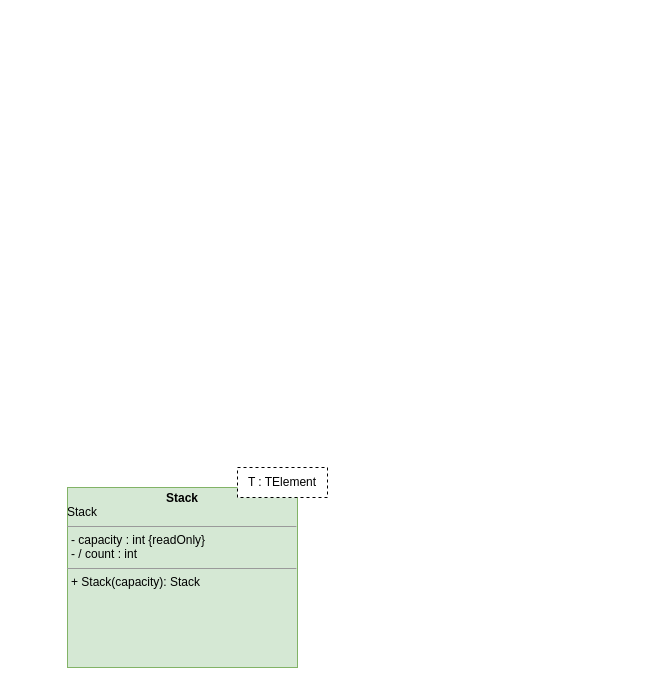
Above: page "Seite-1" (1 of 2) of swt_h04/h04_A5.drawio in cortex359/matse-aachen.ws23 (draw.io), before the change. Source tidied: cells renumbered, new cells numbered last; positions are measured from the earlier drawing's top-left corner, leaving out a move shared by most shapes. Both pictures are drawn from the tidied source at 100%, with x=0, y=0 at pixel (67, 467).
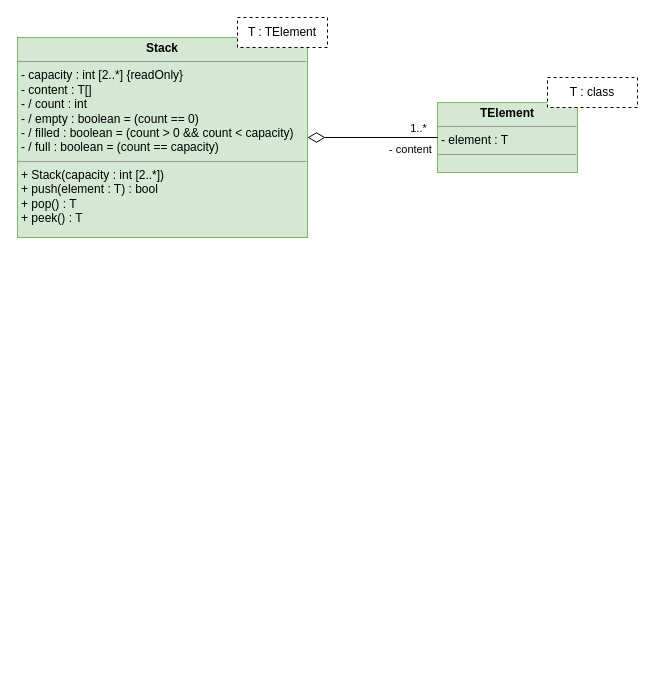
The same diagram, later.

Diff of the diagram source:
```diff
@@
 <mxGraphModel>
   <root>
     <mxCell id="0" />
     <mxCell id="1" parent="0" />
-    <mxCell id="2" value="&lt;p style=&quot;margin:0px;margin-top:4px;text-align:center;&quot;&gt;&lt;b&gt;Stack&lt;/b&gt;&lt;/p&gt;Stack&lt;hr size=&quot;1&quot;&gt;&lt;p style=&quot;margin:0px;margin-left:4px;&quot;&gt;- capacity : int {readOnly}&lt;/p&gt;&lt;p style=&quot;margin:0px;margin-left:4px;&quot;&gt;- / count : int&lt;/p&gt;&lt;hr size=&quot;1&quot;&gt;&lt;p style=&quot;margin:0px;margin-left:4px;&quot;&gt;+ Stack(capacity): Stack&lt;/p&gt;" style="verticalAlign=top;align=left;overflow=fill;fontSize=12;fontFamily=Helvetica;html=1;whiteSpace=wrap;fillColor=#d5e8d4;strokeColor=#82b366;" parent="1" vertex="1">
-      <mxGeometry y="20" width="230" height="180" as="geometry" />
+    <mxCell id="2" value="&lt;p style=&quot;margin:0px;margin-top:4px;text-align:center;&quot;&gt;&lt;b&gt;Stack&lt;/b&gt;&lt;/p&gt;&lt;hr size=&quot;1&quot;&gt;&lt;p style=&quot;margin:0px;margin-left:4px;&quot;&gt;- capacity : int [2..*] {readOnly}&lt;/p&gt;&lt;p style=&quot;margin:0px;margin-left:4px;&quot;&gt;- content : T[]&lt;/p&gt;&lt;p style=&quot;margin:0px;margin-left:4px;&quot;&gt;- / count : int&lt;/p&gt;&lt;p style=&quot;margin:0px;margin-left:4px;&quot;&gt;- / empty : boolean = (count == 0)&lt;/p&gt;&lt;p style=&quot;margin:0px;margin-left:4px;&quot;&gt;- / filled : boolean = (count &amp;gt; 0 &amp;amp;&amp;amp; count &amp;lt; capacity)&lt;/p&gt;&lt;p style=&quot;margin:0px;margin-left:4px;&quot;&gt;- / full : boolean = (count == capacity)&lt;/p&gt;&lt;hr size=&quot;1&quot;&gt;&lt;p style=&quot;margin:0px;margin-left:4px;&quot;&gt;+ Stack(capacity : int [2..*])&lt;/p&gt;&lt;p style=&quot;margin:0px;margin-left:4px;&quot;&gt;+ push(element : T) : bool&lt;/p&gt;&lt;p style=&quot;margin:0px;margin-left:4px;&quot;&gt;+ pop() : T&lt;/p&gt;&lt;p style=&quot;margin:0px;margin-left:4px;&quot;&gt;+ peek() : T&lt;/p&gt;" style="verticalAlign=top;align=left;overflow=fill;fontSize=12;fontFamily=Helvetica;html=1;whiteSpace=wrap;fillColor=#d5e8d4;strokeColor=#82b366;" parent="1" vertex="1">
+      <mxGeometry x="-50" y="-430" width="290" height="200" as="geometry" />
     </mxCell>
     <mxCell id="3" value="T : TElement" style="fontStyle=0;dashed=1;html=1;whiteSpace=wrap;" parent="1" vertex="1">
-      <mxGeometry x="170" width="90" height="30" as="geometry" />
+      <mxGeometry x="170" y="-450" width="90" height="30" as="geometry" />
     </mxCell>
+    <mxCell id="4" value="&lt;p style=&quot;margin:0px;margin-top:4px;text-align:center;&quot;&gt;&lt;b&gt;TElement&lt;/b&gt;&lt;/p&gt;&lt;hr size=&quot;1&quot;&gt;&lt;p style=&quot;margin:0px;margin-left:4px;&quot;&gt;- element : T&lt;br&gt;&lt;/p&gt;&lt;hr size=&quot;1&quot;&gt;&lt;p style=&quot;margin:0px;margin-left:4px;&quot;&gt;&lt;br&gt;&lt;/p&gt;" style="verticalAlign=top;align=left;overflow=fill;fontSize=12;fontFamily=Helvetica;html=1;whiteSpace=wrap;fillColor=#d5e8d4;strokeColor=#82b366;" parent="1" vertex="1">
+      <mxGeometry x="370" y="-365" width="140" height="70" as="geometry" />
+    </mxCell>
+    <mxCell id="5" value="T : class" style="fontStyle=0;dashed=1;html=1;whiteSpace=wrap;" parent="1" vertex="1">
+      <mxGeometry x="480" y="-390" width="90" height="30" as="geometry" />
+    </mxCell>
+    <mxCell id="6" style="endArrow=none;startArrow=diamondThin;endFill=0;startFill=0;html=1;verticalAlign=bottom;labelBackgroundColor=none;strokeWidth=1;startSize=15;endSize=8;rounded=0;" parent="1" edge="1" source="2" target="4">
+      <mxGeometry relative="1" as="geometry" />
+    </mxCell>
+    <mxCell id="7" value="1..*" style="edgeLabel;html=1;align=center;verticalAlign=middle;" parent="6" vertex="1">
+      <mxGeometry x="0.87" y="-2" relative="1" as="geometry">
+        <mxPoint x="-12" y="-12" as="offset" />
+      </mxGeometry>
+    </mxCell>
+    <mxCell id="8" value="- content" style="edgeLabel;html=1;align=center;verticalAlign=middle;" parent="1" vertex="1">
+      <mxGeometry x="350" y="-334" as="geometry">
+        <mxPoint x="-8" y="15" as="offset" />
+      </mxGeometry>
+    </mxCell>
   </root>
 </mxGraphModel>
```
